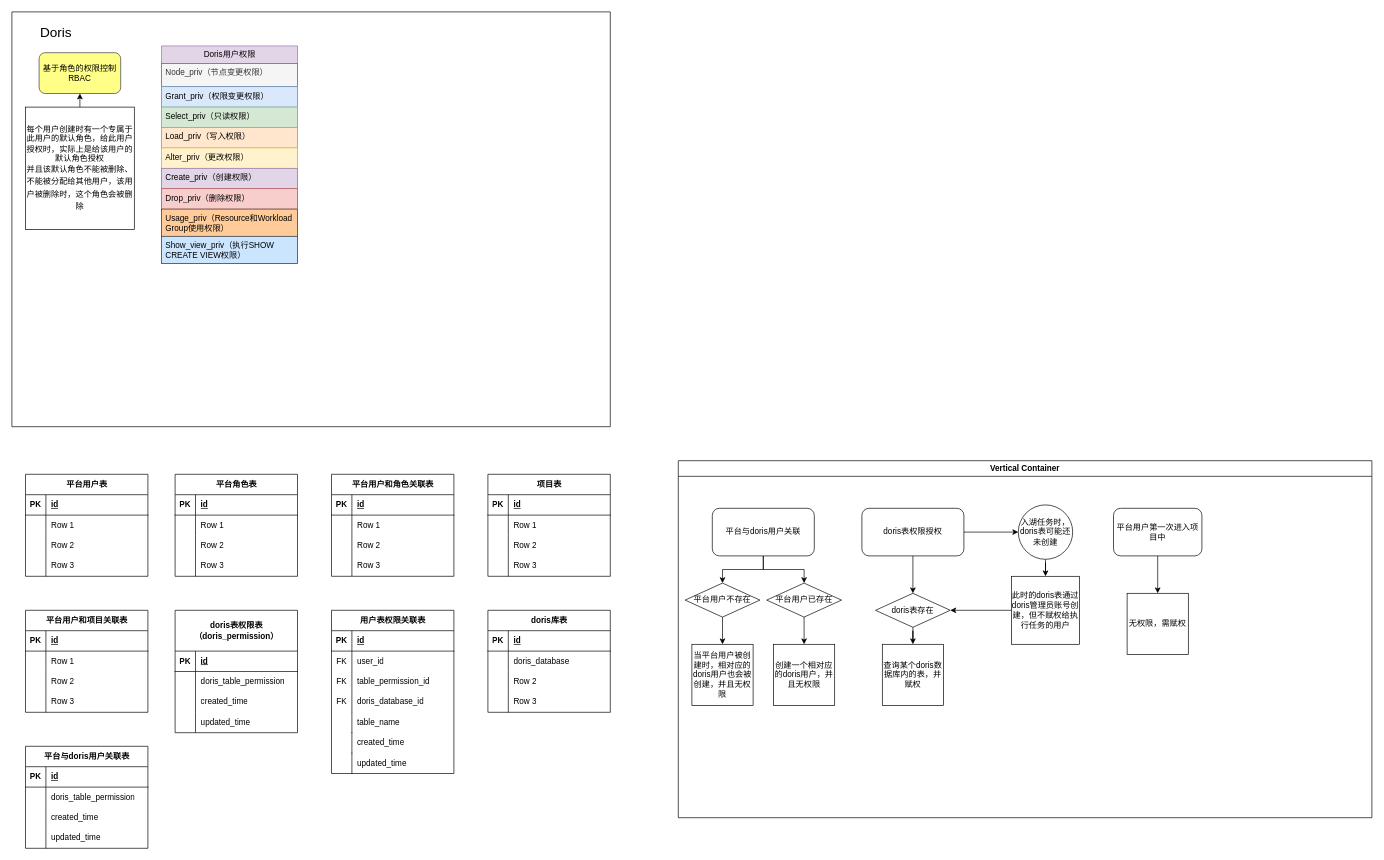
GorgeousU/draw.io keeps this draw.io diagram as page "doris单表权限控制设计" (2 of 2) of 数据湖.drawio. Above is the earlier version. Source tidied: cells renumbered, new cells numbered last; positions are measured from the earlier drawing's top-left corner, leaving out a move shared by most shapes. Both pictures are drawn from the tidied source at 68%, with x=0, y=0 at pixel (12, 12).
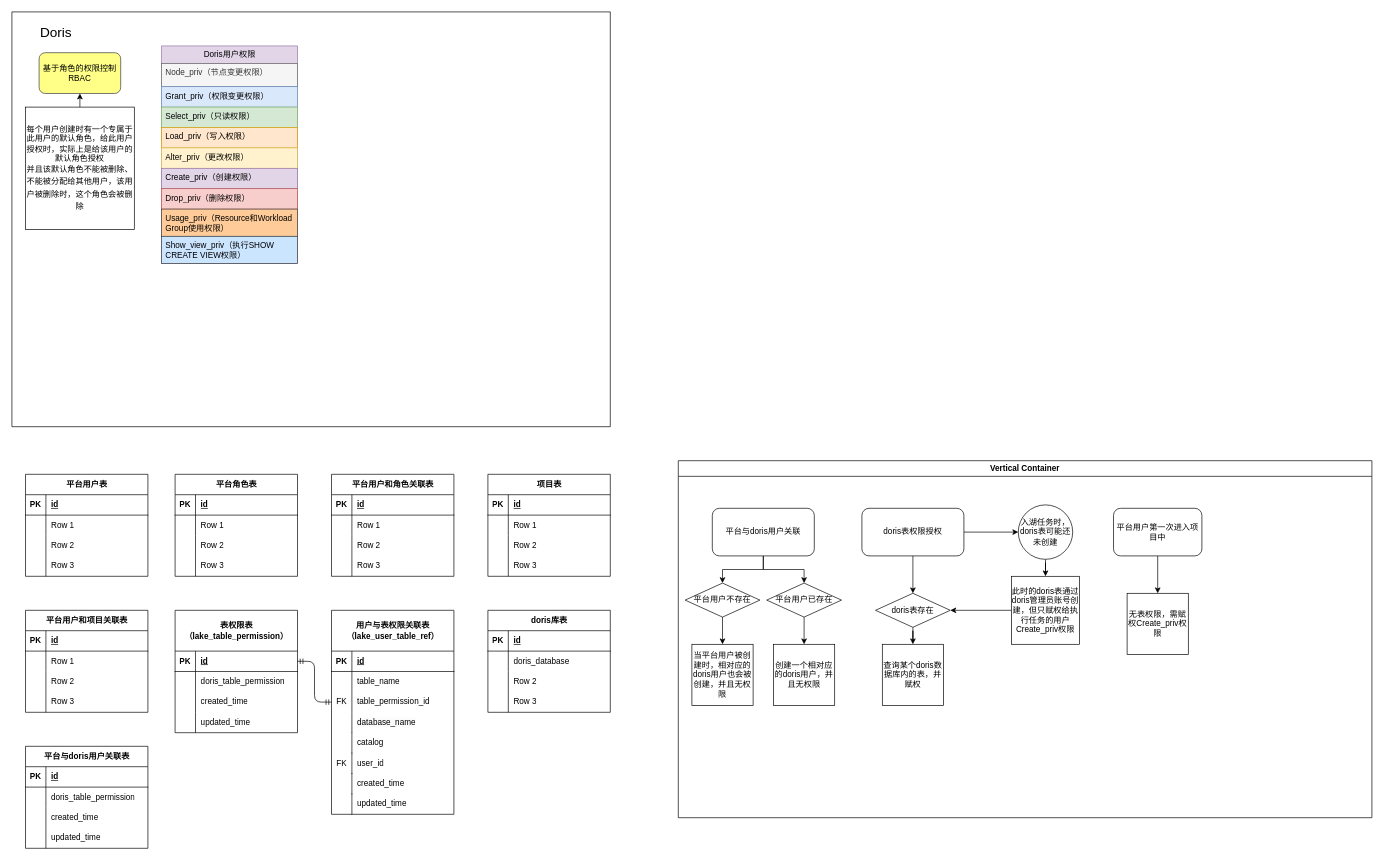
The same diagram, later.

Commit message:
更新数据湖.drawio

Unchanged cells that the change refers to:
```xml
<mxCell id="83" style="shape=tableRow;horizontal=0;startSize=0;swimlaneHead=0;swimlaneBody=0;fillColor=none;points=[[0,0.5],[1,0.5]];portConstraint=eastwest;top=0;left=0;right=0;bottom=1;" parent="82" vertex="1">
  <mxGeometry y="60" width="180" height="30" as="geometry" />
</mxCell>
<mxCell id="144" value="Vertical Container" style="swimlane;whiteSpace=wrap;html=1;" parent="1" vertex="1">
  <mxGeometry x="980" y="660" width="1020" height="525" as="geometry" />
</mxCell>
```

Change to the diagram source:
```diff
@@
-    <mxCell id="82" value="doris表权限表&lt;div&gt;（doris_permission）&lt;/div&gt;" style="shape=table;startSize=60;childLayout=tableLayout;rowLines=0;fontStyle=1;align=center;html=1;" parent="1" vertex="1">
+    <mxCell id="82" value="表权限表&lt;div&gt;（lake_table_permission）&lt;/div&gt;" style="shape=table;startSize=60;childLayout=tableLayout;rowLines=0;fontStyle=1;align=center;html=1;" parent="1" vertex="1">
       <mxGeometry x="240" y="880" width="180" height="180" as="geometry" />
     </mxCell>
@@
-    <mxCell id="95" value="用户表权限关联表" style="shape=table;startSize=30;childLayout=tableLayout;rowLines=0;fontStyle=1;align=center;html=1;" parent="1" vertex="1">
-      <mxGeometry x="470" y="880" width="180" height="240" as="geometry" />
+    <mxCell id="95" value="用户与表权限关联表&lt;div&gt;（lake_user_table_ref）&lt;/div&gt;" style="shape=table;startSize=60;childLayout=tableLayout;rowLines=0;fontStyle=1;align=center;html=1;" parent="1" vertex="1">
+      <mxGeometry x="470" y="880" width="180" height="300" as="geometry" />
     </mxCell>
     <mxCell id="96" style="shape=tableRow;horizontal=0;startSize=0;swimlaneHead=0;swimlaneBody=0;fillColor=none;top=0;left=0;right=0;bottom=1;" parent="95" vertex="1">
-      <mxGeometry y="30" width="180" height="30" as="geometry" />
+      <mxGeometry y="60" width="180" height="30" as="geometry" />
     </mxCell>
@@
     <mxCell id="99" style="shape=tableRow;horizontal=0;startSize=0;swimlaneHead=0;swimlaneBody=0;fillColor=none;top=0;left=0;right=0;bottom=0;" parent="95" vertex="1">
-      <mxGeometry y="60" width="180" height="30" as="geometry" />
+      <mxGeometry y="90" width="180" height="30" as="geometry" />
     </mxCell>
-    <mxCell id="100" value="FK" style="shape=partialRectangle;fillColor=none;top=0;left=0;bottom=0;right=0;overflow=hidden;whiteSpace=wrap;html=1;" parent="99" vertex="1">
+    <mxCell id="100" style="shape=partialRectangle;fillColor=none;top=0;left=0;bottom=0;right=0;overflow=hidden;whiteSpace=wrap;html=1;" parent="99" vertex="1">
       <mxGeometry width="30" height="30" as="geometry" />
     </mxCell>
-    <mxCell id="101" value="user_id" style="shape=partialRectangle;fillColor=none;top=0;left=0;bottom=0;right=0;align=left;spacingLeft=6;overflow=hidden;whiteSpace=wrap;html=1;" parent="99" vertex="1">
+    <mxCell id="101" value="table_name" style="shape=partialRectangle;fillColor=none;top=0;left=0;bottom=0;right=0;align=left;spacingLeft=6;overflow=hidden;whiteSpace=wrap;html=1;" parent="99" vertex="1">
       <mxGeometry x="30" width="150" height="30" as="geometry" />
     </mxCell>
     <mxCell id="102" style="shape=tableRow;horizontal=0;startSize=0;swimlaneHead=0;swimlaneBody=0;fillColor=none;points=[[0,0.5],[1,0.5]];portConstraint=eastwest;top=0;left=0;right=0;bottom=0;" parent="95" vertex="1">
-      <mxGeometry y="90" width="180" height="30" as="geometry" />
+      <mxGeometry y="120" width="180" height="30" as="geometry" />
     </mxCell>
-    <mxCell id="103" value="FK" style="shape=partialRectangle;fillColor=none;top=0;left=0;bottom=0;right=0;overflow=hidden;whiteSpace=wrap;html=1;" parent="102" vertex="1">
+    <mxCell id="103" value="&lt;span style=&quot;color: rgb(0, 0, 0); font-family: Helvetica; font-size: 12px; font-style: normal; font-variant-ligatures: normal; font-variant-caps: normal; font-weight: 400; letter-spacing: normal; orphans: 2; text-align: center; text-indent: 0px; text-transform: none; widows: 2; word-spacing: 0px; -webkit-text-stroke-width: 0px; white-space: normal; background-color: rgb(251, 251, 251); text-decoration-thickness: initial; text-decoration-style: initial; text-decoration-color: initial; display: inline !important; float: none;&quot;&gt;FK&lt;/span&gt;" style="shape=partialRectangle;fillColor=none;top=0;left=0;bottom=0;right=0;overflow=hidden;whiteSpace=wrap;html=1;" parent="102" vertex="1">
       <mxGeometry width="30" height="30" as="geometry" />
     </mxCell>
@@
     <mxCell id="105" style="shape=tableRow;horizontal=0;startSize=0;swimlaneHead=0;swimlaneBody=0;fillColor=none;top=0;left=0;right=0;bottom=0;" parent="95" vertex="1">
-      <mxGeometry y="120" width="180" height="30" as="geometry" />
+      <mxGeometry y="150" width="180" height="30" as="geometry" />
     </mxCell>
-    <mxCell id="106" value="FK" style="shape=partialRectangle;fillColor=none;top=0;left=0;bottom=0;right=0;overflow=hidden;whiteSpace=wrap;html=1;" parent="105" vertex="1">
+    <mxCell id="106" style="shape=partialRectangle;fillColor=none;top=0;left=0;bottom=0;right=0;overflow=hidden;whiteSpace=wrap;html=1;" parent="105" vertex="1">
       <mxGeometry width="30" height="30" as="geometry" />
     </mxCell>
-    <mxCell id="107" value="doris_database_id" style="shape=partialRectangle;fillColor=none;top=0;left=0;bottom=0;right=0;align=left;spacingLeft=6;overflow=hidden;whiteSpace=wrap;html=1;" parent="105" vertex="1">
+    <mxCell id="107" value="&lt;span style=&quot;color: rgb(0, 0, 0); font-family: Helvetica; font-size: 12px; font-style: normal; font-variant-ligatures: normal; font-variant-caps: normal; font-weight: 400; letter-spacing: normal; orphans: 2; text-align: left; text-indent: 0px; text-transform: none; widows: 2; word-spacing: 0px; -webkit-text-stroke-width: 0px; white-space: normal; background-color: rgb(251, 251, 251); text-decoration-thickness: initial; text-decoration-style: initial; text-decoration-color: initial; display: inline !important; float: none;&quot;&gt;database_name&lt;/span&gt;" style="shape=partialRectangle;fillColor=none;top=0;left=0;bottom=0;right=0;align=left;spacingLeft=6;overflow=hidden;whiteSpace=wrap;html=1;" parent="105" vertex="1">
       <mxGeometry x="30" width="150" height="30" as="geometry" />
     </mxCell>
@@
-    <mxCell id="121" value="table_name" style="shape=partialRectangle;fillColor=none;top=0;left=0;bottom=0;right=0;align=left;spacingLeft=6;overflow=hidden;whiteSpace=wrap;html=1;" parent="1" vertex="1">
-      <mxGeometry x="500" y="1030" width="150" height="30" as="geometry" />
+    <mxCell id="121" value="user_id" style="shape=partialRectangle;fillColor=none;top=0;left=0;bottom=0;right=0;align=left;spacingLeft=6;overflow=hidden;whiteSpace=wrap;html=1;" parent="1" vertex="1">
+      <mxGeometry x="500" y="1090" width="150" height="30" as="geometry" />
     </mxCell>
@@
-    <mxCell id="123" style="shape=partialRectangle;fillColor=none;align=left;verticalAlign=middle;strokeColor=none;spacingLeft=34;" parent="1" vertex="1">
-      <mxGeometry x="490" y="1030" width="30" height="30" as="geometry" />
-    </mxCell>
-    <mxCell id="124" style="shape=partialRectangle;top=0;left=0;bottom=0;fillColor=none;stokeWidth=1;align=left;verticalAlign=middle;spacingLeft=4;spacingRight=4;overflow=hidden;" parent="123" vertex="1">
-      <mxGeometry width="10" height="30" as="geometry" />
-    </mxCell>
     <mxCell id="125" value="created_time" style="shape=partialRectangle;fillColor=none;top=0;left=0;bottom=0;right=0;align=left;spacingLeft=6;overflow=hidden;whiteSpace=wrap;html=1;" parent="1" vertex="1">
-      <mxGeometry x="500" y="1060" width="150" height="30" as="geometry" />
+      <mxGeometry x="500" y="1120" width="150" height="30" as="geometry" />
     </mxCell>
     <mxCell id="126" value="updated_time" style="shape=partialRectangle;fillColor=none;top=0;left=0;bottom=0;right=0;align=left;spacingLeft=6;overflow=hidden;whiteSpace=wrap;html=1;" parent="1" vertex="1">
-      <mxGeometry x="500" y="1090" width="150" height="30" as="geometry" />
+      <mxGeometry x="500" y="1150" width="150" height="30" as="geometry" />
     </mxCell>
@@
-    <mxCell id="163" value="此时的doris表通过doris管理员账号创建，但不赋权给执行任务的用户" style="whiteSpace=wrap;html=1;" parent="144" vertex="1">
+    <mxCell id="163" value="此时的doris表通过doris管理员账号创建，但只赋权给执行任务的用户&lt;span style=&quot;text-align: left;&quot;&gt;Create_priv权限&lt;/span&gt;" style="whiteSpace=wrap;html=1;" parent="144" vertex="1">
       <mxGeometry x="490" y="170" width="100" height="100" as="geometry" />
     </mxCell>
@@
-    <mxCell id="166" value="无权限，需赋权" style="whiteSpace=wrap;html=1;" parent="144" vertex="1">
+    <mxCell id="166" value="无表权限，需赋权&lt;span style=&quot;text-align: left;&quot;&gt;Create_priv权限&lt;/span&gt;" style="whiteSpace=wrap;html=1;" parent="144" vertex="1">
       <mxGeometry x="660" y="195" width="90" height="90" as="geometry" />
     </mxCell>
+    <mxCell id="167" style="shape=partialRectangle;fillColor=none;align=left;verticalAlign=middle;strokeColor=none;spacingLeft=34;" parent="1" vertex="1">
+      <mxGeometry x="490" y="1120" width="30" height="30" as="geometry" />
+    </mxCell>
+    <mxCell id="168" style="shape=partialRectangle;top=0;left=0;bottom=0;fillColor=none;stokeWidth=1;align=left;verticalAlign=middle;spacingLeft=4;spacingRight=4;overflow=hidden;" parent="167" vertex="1">
+      <mxGeometry width="10" height="30" as="geometry" />
+    </mxCell>
+    <mxCell id="169" value="FK" style="shape=partialRectangle;fillColor=none;top=0;left=0;bottom=0;right=0;overflow=hidden;whiteSpace=wrap;html=1;" parent="1" vertex="1">
+      <mxGeometry x="470" y="1090" width="30" height="30" as="geometry" />
+    </mxCell>
+    <mxCell id="170" style="shape=partialRectangle;fillColor=none;align=left;verticalAlign=middle;strokeColor=none;spacingLeft=34;" parent="1" vertex="1">
+      <mxGeometry x="490" y="1150" width="30" height="30" as="geometry" />
+    </mxCell>
+    <mxCell id="171" style="shape=partialRectangle;top=0;left=0;bottom=0;fillColor=none;stokeWidth=1;align=left;verticalAlign=middle;spacingLeft=4;spacingRight=4;overflow=hidden;" parent="170" vertex="1">
+      <mxGeometry width="10" height="30" as="geometry" />
+    </mxCell>
+    <mxCell id="172" value="catalog" style="shape=partialRectangle;fillColor=none;top=0;left=0;bottom=0;right=0;align=left;spacingLeft=6;overflow=hidden;whiteSpace=wrap;html=1;" parent="1" vertex="1">
+      <mxGeometry x="500" y="1060" width="150" height="30" as="geometry" />
+    </mxCell>
+    <mxCell id="173" style="edgeStyle=orthogonalEdgeStyle;fontSize=12;html=1;endArrow=ERmandOne;startArrow=ERmandOne;rounded=1;entryX=1;entryY=0.5;entryDx=0;entryDy=0;curved=0;exitX=0;exitY=0.5;exitDx=0;exitDy=0;" parent="1" edge="1" source="102" target="83">
+      <mxGeometry relative="1" as="geometry" />
+    </mxCell>
```
